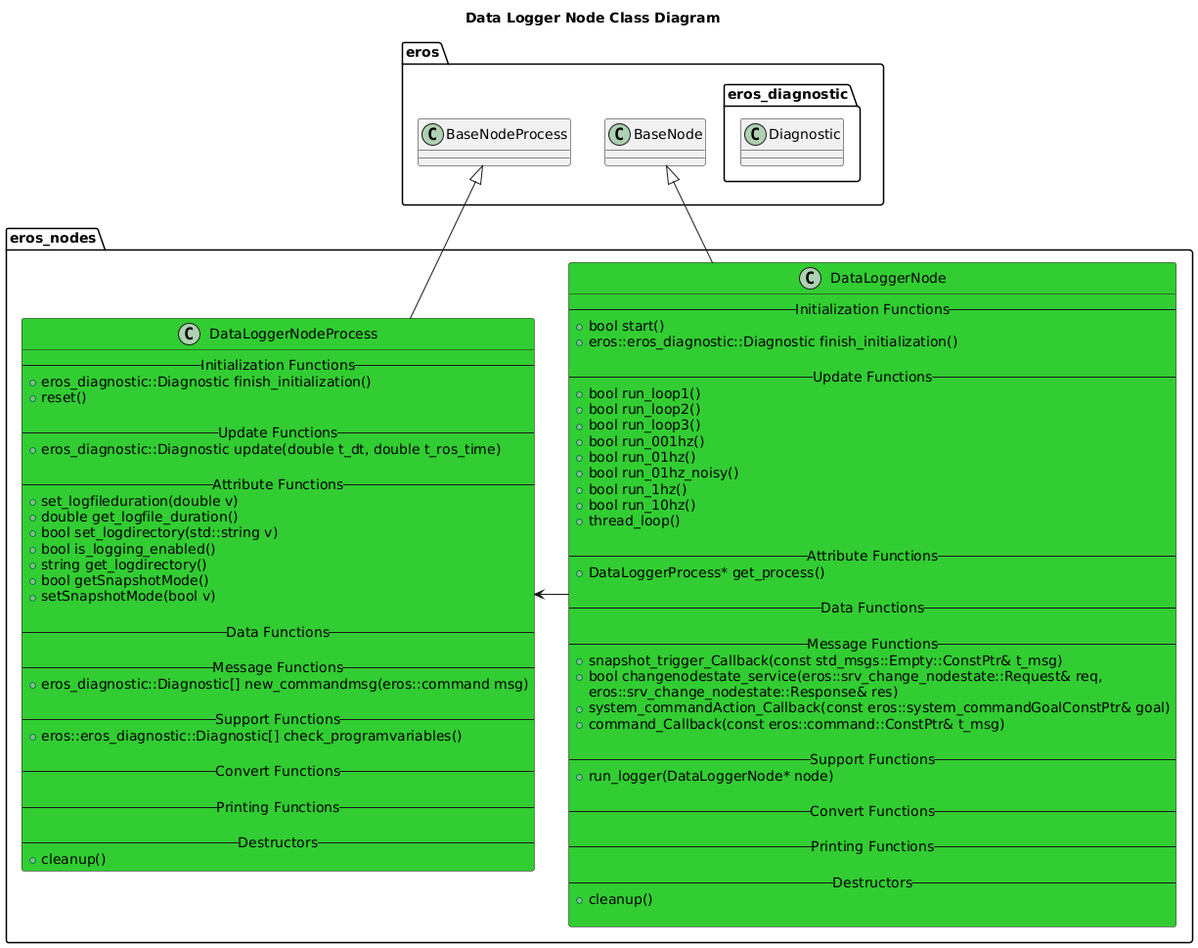
dgitz/eros keeps this PlantUML diagram as nodes/DataLoggerNode/doc/output/DataLoggerNodeClassDiagram.png. Above is the earlier version. Its diagram source:
```plantuml
@startuml
title Data Logger Node Class Diagram
package eros {
    class BaseNode
    class BaseNodeProcess
    namespace eros_diagnostic {
        class Diagnostic
    }
}
namespace eros_nodes {
    class DataLoggerNode #LimeGreen {
        -- Initialization Functions --
        +bool start()
        +eros::eros_diagnostic::Diagnostic finish_initialization()

        -- Update Functions --
        +bool run_loop1()
        +bool run_loop2()
        +bool run_loop3()
        +bool run_001hz()
        +bool run_01hz()
        +bool run_01hz_noisy()
        +bool run_1hz()
        +bool run_10hz()
        +thread_loop()

        -- Attribute Functions --
        +DataLoggerProcess* get_process()

        -- Data Functions --

        -- Message Functions --
        +snapshot_trigger_Callback(const std_msgs::Empty::ConstPtr& t_msg)
        +bool changenodestate_service(eros::srv_change_nodestate::Request& req,
                                    eros::srv_change_nodestate::Response& res)
        +system_commandAction_Callback(const eros::system_commandGoalConstPtr& goal)
        +command_Callback(const eros::command::ConstPtr& t_msg)

        -- Support Functions --
        +run_logger(DataLoggerNode* node)

        -- Convert Functions --

        -- Printing Functions --

        -- Destructors --
        +cleanup()

    }
    class DataLoggerNodeProcess #LimeGreen {
        -- Initialization Functions --
        +eros_diagnostic::Diagnostic finish_initialization()
        +reset()

        -- Update Functions --
        +eros_diagnostic::Diagnostic update(double t_dt, double t_ros_time)

        -- Attribute Functions --
        +set_logfileduration(double v)
        +double get_logfile_duration()
        +bool set_logdirectory(std::string v)
        +bool is_logging_enabled()
        +string get_logdirectory()
        +bool getSnapshotMode()
        +setSnapshotMode(bool v)

        -- Data Functions --

        -- Message Functions --
        +eros_diagnostic::Diagnostic[] new_commandmsg(eros::command msg)

        -- Support Functions --
        +eros::eros_diagnostic::Diagnostic[] check_programvariables()

        -- Convert Functions --

        -- Printing Functions --

        -- Destructors --
        +cleanup()
    }

    BaseNode <|-- DataLoggerNode
    BaseNodeProcess <|-- DataLoggerNodeProcess
    DataLoggerNode -> DataLoggerNodeProcess



}

@enduml
```
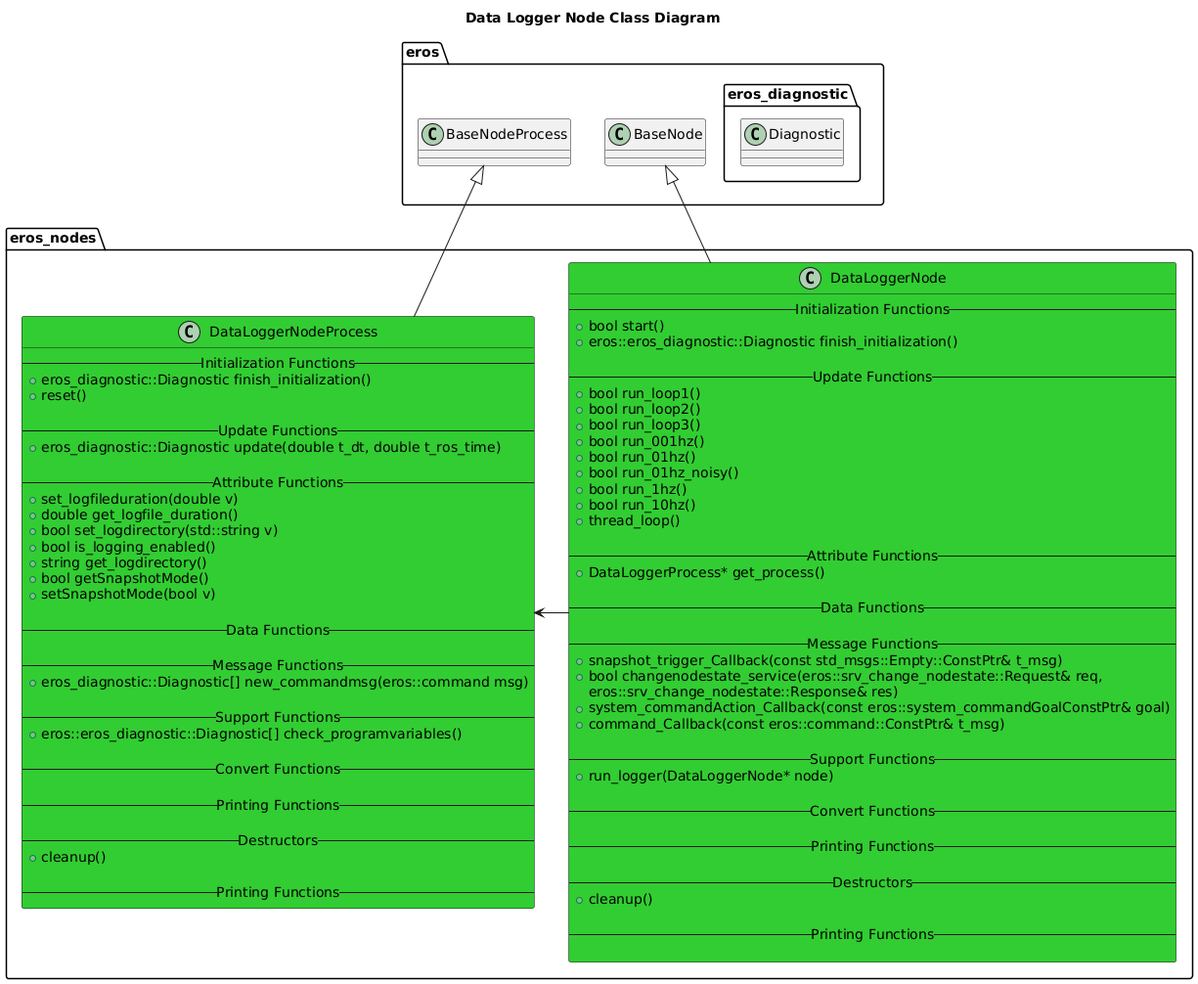
Later version of the same file.

Diff of the diagram source:
```diff
@@ -46,6 +46,8 @@
         -- Destructors --
         +cleanup()
 
+        -- Printing Functions --
+
     }
     class DataLoggerNodeProcess #LimeGreen {
         -- Initialization Functions --
@@ -78,6 +80,8 @@
 
         -- Destructors --
         +cleanup()
+
+        -- Printing Functions --
     }
 
     BaseNode <|-- DataLoggerNode
```
